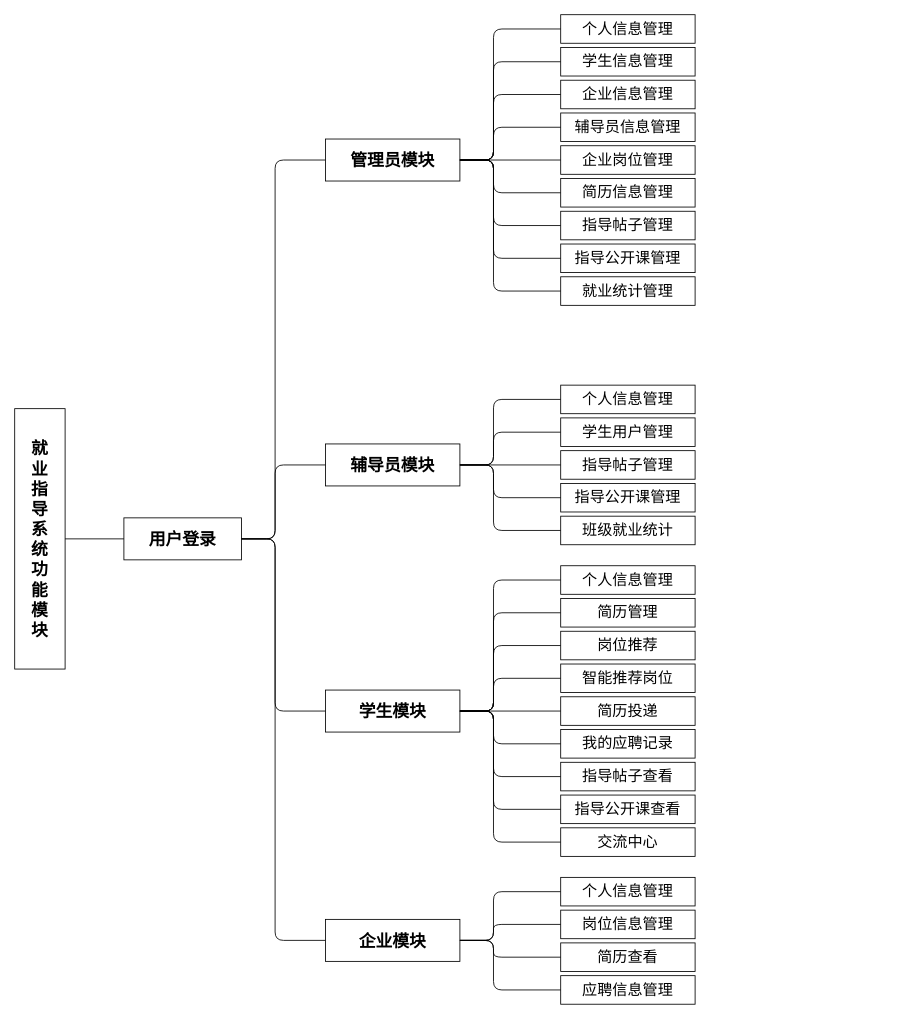
The draw.io diagram 图表/功能模块图v 的副本.drawio in Avocadohxx/career, before the edit. Source tidied: cells renumbered, new cells numbered last; positions are measured from the earlier drawing's top-left corner, leaving out a move shared by most shapes. Both pictures are drawn from the tidied source at 84%, with x=0, y=0 at pixel (14, 14).
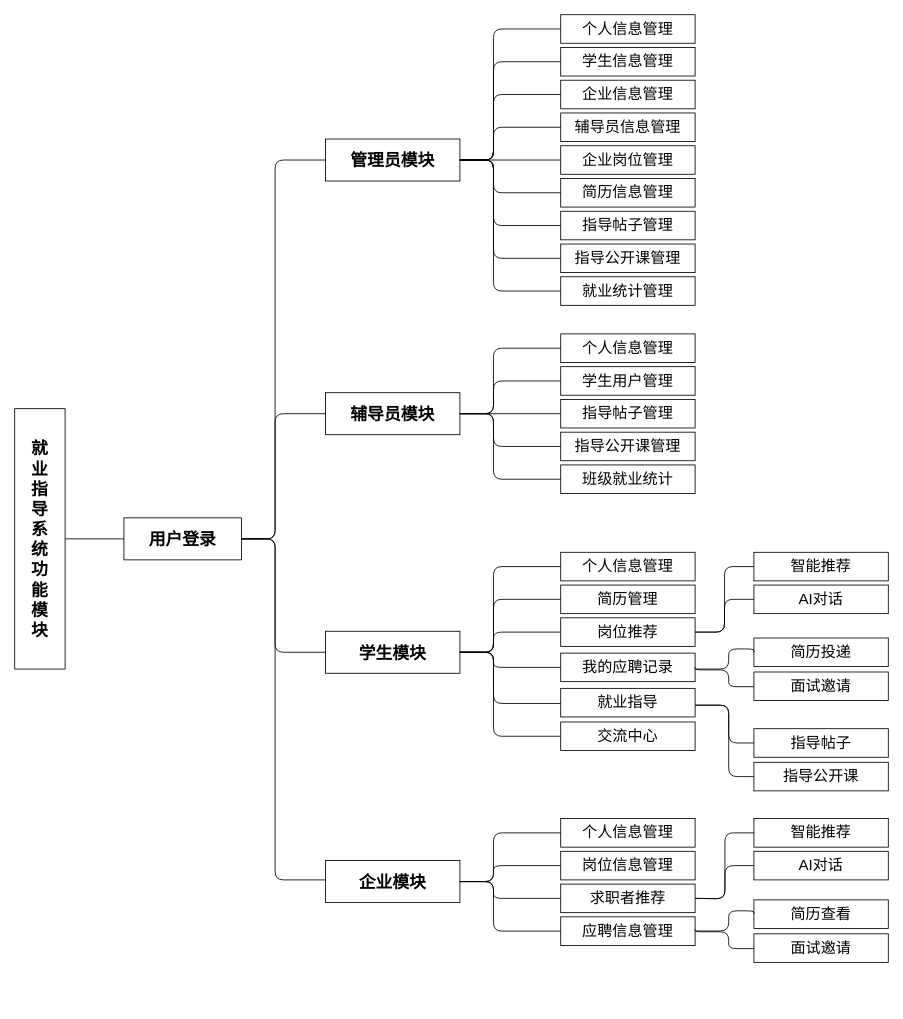
The same page after the edit.

Commit message (it also covers changes not shown here):
文稿与图表2

Unchanged cells that the change refers to:
```xml
<mxCell id="3" value="用户登录" style="rounded=0;whiteSpace=wrap;html=1;fillColor=#ffffff;strokeColor=#000000;fontStyle=1;fontSize=20;verticalAlign=middle;" parent="1" vertex="1">
  <mxGeometry x="130" y="599" width="140" height="50" as="geometry" />
</mxCell>
```

What changed in the source:
```diff
@@
     <mxCell id="6" value="辅导员模块" style="rounded=0;whiteSpace=wrap;html=1;fillColor=#ffffff;strokeColor=#000000;fontStyle=1;fontSize=20;verticalAlign=middle;" parent="1" vertex="1">
-      <mxGeometry x="370" y="511" width="160" height="50" as="geometry" />
+      <mxGeometry x="370" y="450" width="160" height="50" as="geometry" />
     </mxCell>
     <mxCell id="7" value="学生模块" style="rounded=0;whiteSpace=wrap;html=1;fillColor=#ffffff;strokeColor=#000000;fontStyle=1;fontSize=20;verticalAlign=middle;" parent="1" vertex="1">
-      <mxGeometry x="370" y="804" width="160" height="50" as="geometry" />
+      <mxGeometry x="370" y="734" width="160" height="50" as="geometry" />
     </mxCell>
     <mxCell id="8" value="企业模块" style="rounded=0;whiteSpace=wrap;html=1;fillColor=#ffffff;strokeColor=#000000;fontStyle=1;fontSize=20;verticalAlign=middle;" parent="1" vertex="1">
-      <mxGeometry x="370" y="1077" width="160" height="50" as="geometry" />
+      <mxGeometry x="370" y="1007" width="160" height="50" as="geometry" />
     </mxCell>
@@
     <mxCell id="10" style="edgeStyle=orthogonalEdgeStyle;endArrow=none;endFill=0;fontSize=20;" parent="1" edge="1" source="3" target="6">
       <mxGeometry relative="1" as="geometry">
         <Array as="points">
           <mxPoint x="310" y="624" />
-          <mxPoint x="310" y="536" />
+          <mxPoint x="310" y="475" />
         </Array>
       </mxGeometry>
     </mxCell>
     <mxCell id="11" style="edgeStyle=orthogonalEdgeStyle;endArrow=none;endFill=0;fontSize=20;" parent="1" edge="1" source="3" target="7">
       <mxGeometry relative="1" as="geometry">
         <Array as="points">
           <mxPoint x="310" y="624" />
-          <mxPoint x="310" y="829" />
+          <mxPoint x="310" y="759" />
         </Array>
       </mxGeometry>
     </mxCell>
     <mxCell id="12" style="edgeStyle=orthogonalEdgeStyle;endArrow=none;endFill=0;fontSize=20;" parent="1" edge="1" source="3" target="8">
       <mxGeometry relative="1" as="geometry">
         <Array as="points">
           <mxPoint x="310" y="624" />
-          <mxPoint x="310" y="1102" />
+          <mxPoint x="310" y="1030" />
         </Array>
       </mxGeometry>
     </mxCell>
@@
     <mxCell id="31" value="个人信息管理" style="rounded=0;whiteSpace=wrap;html=1;fillColor=#ffffff;strokeColor=#000000;fontSize=18;verticalAlign=middle;" parent="1" vertex="1">
-      <mxGeometry x="650" y="441" width="160" height="34" as="geometry" />
+      <mxGeometry x="650" y="380" width="160" height="34" as="geometry" />
     </mxCell>
     <mxCell id="32" value="学生用户管理" style="rounded=0;whiteSpace=wrap;html=1;fillColor=#ffffff;strokeColor=#000000;fontSize=18;verticalAlign=middle;" parent="1" vertex="1">
-      <mxGeometry x="650" y="480" width="160" height="34" as="geometry" />
+      <mxGeometry x="650" y="419" width="160" height="34" as="geometry" />
     </mxCell>
     <mxCell id="33" value="指导帖子管理" style="rounded=0;whiteSpace=wrap;html=1;fillColor=#ffffff;strokeColor=#000000;fontSize=18;verticalAlign=middle;" parent="1" vertex="1">
-      <mxGeometry x="650" y="519" width="160" height="34" as="geometry" />
+      <mxGeometry x="650" y="458" width="160" height="34" as="geometry" />
     </mxCell>
     <mxCell id="34" value="指导公开课管理" style="rounded=0;whiteSpace=wrap;html=1;fillColor=#ffffff;strokeColor=#000000;fontSize=18;verticalAlign=middle;" parent="1" vertex="1">
-      <mxGeometry x="650" y="558" width="160" height="34" as="geometry" />
+      <mxGeometry x="650" y="497" width="160" height="34" as="geometry" />
     </mxCell>
     <mxCell id="35" value="班级就业统计" style="rounded=0;whiteSpace=wrap;html=1;fillColor=#ffffff;strokeColor=#000000;fontSize=18;verticalAlign=middle;" parent="1" vertex="1">
-      <mxGeometry x="650" y="597" width="160" height="34" as="geometry" />
+      <mxGeometry x="650" y="536" width="160" height="34" as="geometry" />
     </mxCell>
     <mxCell id="36" style="edgeStyle=orthogonalEdgeStyle;endArrow=none;endFill=0;fontSize=20;" parent="1" edge="1" source="6" target="31">
       <mxGeometry relative="1" as="geometry">
         <Array as="points">
-          <mxPoint x="570" y="536" />
-          <mxPoint x="570" y="458" />
+          <mxPoint x="570" y="475" />
+          <mxPoint x="570" y="397" />
         </Array>
       </mxGeometry>
     </mxCell>
     <mxCell id="37" style="edgeStyle=orthogonalEdgeStyle;endArrow=none;endFill=0;fontSize=20;" parent="1" edge="1" source="6" target="32">
       <mxGeometry relative="1" as="geometry">
         <Array as="points">
-          <mxPoint x="570" y="536" />
-          <mxPoint x="570" y="497" />
+          <mxPoint x="570" y="475" />
+          <mxPoint x="570" y="436" />
         </Array>
       </mxGeometry>
     </mxCell>
@@
     <mxCell id="39" style="edgeStyle=orthogonalEdgeStyle;endArrow=none;endFill=0;fontSize=20;" parent="1" edge="1" source="6" target="34">
       <mxGeometry relative="1" as="geometry">
         <Array as="points">
-          <mxPoint x="570" y="536" />
-          <mxPoint x="570" y="575" />
+          <mxPoint x="570" y="475" />
+          <mxPoint x="570" y="514" />
         </Array>
       </mxGeometry>
     </mxCell>
     <mxCell id="40" style="edgeStyle=orthogonalEdgeStyle;endArrow=none;endFill=0;fontSize=20;" parent="1" edge="1" source="6" target="35">
       <mxGeometry relative="1" as="geometry">
         <Array as="points">
-          <mxPoint x="570" y="536" />
-          <mxPoint x="570" y="614" />
+          <mxPoint x="570" y="475" />
+          <mxPoint x="570" y="553" />
         </Array>
       </mxGeometry>
     </mxCell>
     <mxCell id="41" value="个人信息管理" style="rounded=0;whiteSpace=wrap;html=1;fillColor=#ffffff;strokeColor=#000000;fontSize=18;verticalAlign=middle;" parent="1" vertex="1">
-      <mxGeometry x="650" y="656" width="160" height="34" as="geometry" />
+      <mxGeometry x="650" y="640" width="160" height="34" as="geometry" />
     </mxCell>
     <mxCell id="42" value="简历管理" style="rounded=0;whiteSpace=wrap;html=1;fillColor=#ffffff;strokeColor=#000000;fontSize=18;verticalAlign=middle;" parent="1" vertex="1">
-      <mxGeometry x="650" y="695" width="160" height="34" as="geometry" />
+      <mxGeometry x="650" y="679" width="160" height="34" as="geometry" />
     </mxCell>
     <mxCell id="43" value="岗位推荐" style="rounded=0;whiteSpace=wrap;html=1;fillColor=#ffffff;strokeColor=#000000;fontSize=18;verticalAlign=middle;" parent="1" vertex="1">
-      <mxGeometry x="650" y="734" width="160" height="34" as="geometry" />
+      <mxGeometry x="650" y="718" width="160" height="34" as="geometry" />
     </mxCell>
-    <mxCell id="44" value="智能推荐岗位" style="rounded=0;whiteSpace=wrap;html=1;fillColor=#ffffff;strokeColor=#000000;fontSize=18;verticalAlign=middle;" parent="1" vertex="1">
-      <mxGeometry x="650" y="773" width="160" height="34" as="geometry" />
-    </mxCell>
-    <mxCell id="45" value="简历投递" style="rounded=0;whiteSpace=wrap;html=1;fillColor=#ffffff;strokeColor=#000000;fontSize=18;verticalAlign=middle;" parent="1" vertex="1">
-      <mxGeometry x="650" y="812" width="160" height="34" as="geometry" />
-    </mxCell>
     <mxCell id="46" value="我的应聘记录" style="rounded=0;whiteSpace=wrap;html=1;fillColor=#ffffff;strokeColor=#000000;fontSize=18;verticalAlign=middle;" parent="1" vertex="1">
-      <mxGeometry x="650" y="851" width="160" height="34" as="geometry" />
+      <mxGeometry x="650" y="760" width="160" height="34" as="geometry" />
     </mxCell>
-    <mxCell id="47" value="指导帖子查看" style="rounded=0;whiteSpace=wrap;html=1;fillColor=#ffffff;strokeColor=#000000;fontSize=18;verticalAlign=middle;" parent="1" vertex="1">
-      <mxGeometry x="650" y="890" width="160" height="34" as="geometry" />
+    <mxCell id="47" value="就业指导" style="rounded=0;whiteSpace=wrap;html=1;fillColor=#ffffff;strokeColor=#000000;fontSize=18;verticalAlign=middle;" parent="1" vertex="1">
+      <mxGeometry x="650" y="802" width="160" height="34" as="geometry" />
     </mxCell>
-    <mxCell id="48" value="指导公开课查看" style="rounded=0;whiteSpace=wrap;html=1;fillColor=#ffffff;strokeColor=#000000;fontSize=18;verticalAlign=middle;" parent="1" vertex="1">
-      <mxGeometry x="650" y="929" width="160" height="34" as="geometry" />
-    </mxCell>
     <mxCell id="49" value="交流中心" style="rounded=0;whiteSpace=wrap;html=1;fillColor=#ffffff;strokeColor=#000000;fontSize=18;verticalAlign=middle;" parent="1" vertex="1">
-      <mxGeometry x="650" y="968" width="160" height="34" as="geometry" />
+      <mxGeometry x="650" y="842" width="160" height="34" as="geometry" />
     </mxCell>
     <mxCell id="50" style="edgeStyle=orthogonalEdgeStyle;endArrow=none;endFill=0;fontSize=20;" parent="1" edge="1" source="7" target="41">
       <mxGeometry relative="1" as="geometry">
         <Array as="points">
-          <mxPoint x="570" y="829" />
-          <mxPoint x="570" y="673" />
+          <mxPoint x="570" y="759" />
+          <mxPoint x="570" y="657" />
         </Array>
       </mxGeometry>
     </mxCell>
     <mxCell id="51" style="edgeStyle=orthogonalEdgeStyle;endArrow=none;endFill=0;fontSize=20;" parent="1" edge="1" source="7" target="42">
       <mxGeometry relative="1" as="geometry">
         <Array as="points">
-          <mxPoint x="570" y="829" />
-          <mxPoint x="570" y="712" />
+          <mxPoint x="570" y="759" />
+          <mxPoint x="570" y="696" />
         </Array>
       </mxGeometry>
     </mxCell>
     <mxCell id="52" style="edgeStyle=orthogonalEdgeStyle;endArrow=none;endFill=0;fontSize=20;" parent="1" edge="1" source="7" target="43">
       <mxGeometry relative="1" as="geometry">
         <Array as="points">
-          <mxPoint x="570" y="829" />
-          <mxPoint x="570" y="751" />
+          <mxPoint x="570" y="759" />
+          <mxPoint x="570" y="735" />
         </Array>
       </mxGeometry>
     </mxCell>
-    <mxCell id="53" style="edgeStyle=orthogonalEdgeStyle;endArrow=none;endFill=0;fontSize=20;" parent="1" edge="1" source="7" target="44">
-      <mxGeometry relative="1" as="geometry">
-        <Array as="points">
-          <mxPoint x="570" y="829" />
-          <mxPoint x="570" y="790" />
-        </Array>
-      </mxGeometry>
-    </mxCell>
-    <mxCell id="54" style="edgeStyle=orthogonalEdgeStyle;endArrow=none;endFill=0;fontSize=20;" parent="1" edge="1" source="7" target="45">
-      <mxGeometry relative="1" as="geometry" />
-    </mxCell>
     <mxCell id="55" style="edgeStyle=orthogonalEdgeStyle;endArrow=none;endFill=0;fontSize=20;" parent="1" edge="1" source="7" target="46">
       <mxGeometry relative="1" as="geometry">
         <Array as="points">
-          <mxPoint x="570" y="829" />
-          <mxPoint x="570" y="868" />
+          <mxPoint x="570" y="759" />
+          <mxPoint x="570" y="777" />
         </Array>
       </mxGeometry>
     </mxCell>
     <mxCell id="56" style="edgeStyle=orthogonalEdgeStyle;endArrow=none;endFill=0;fontSize=20;" parent="1" edge="1" source="7" target="47">
       <mxGeometry relative="1" as="geometry">
         <Array as="points">
-          <mxPoint x="570" y="829" />
-          <mxPoint x="570" y="907" />
+          <mxPoint x="570" y="759" />
+          <mxPoint x="570" y="820" />
         </Array>
       </mxGeometry>
     </mxCell>
-    <mxCell id="57" style="edgeStyle=orthogonalEdgeStyle;endArrow=none;endFill=0;fontSize=20;" parent="1" edge="1" source="7" target="48">
-      <mxGeometry relative="1" as="geometry">
-        <Array as="points">
-          <mxPoint x="570" y="829" />
-          <mxPoint x="570" y="946" />
-        </Array>
-      </mxGeometry>
-    </mxCell>
     <mxCell id="58" style="edgeStyle=orthogonalEdgeStyle;endArrow=none;endFill=0;fontSize=20;" parent="1" edge="1" source="7" target="49">
       <mxGeometry relative="1" as="geometry">
         <Array as="points">
-          <mxPoint x="570" y="829" />
-          <mxPoint x="570" y="985" />
+          <mxPoint x="570" y="759" />
+          <mxPoint x="570" y="859" />
         </Array>
       </mxGeometry>
     </mxCell>
     <mxCell id="59" value="个人信息管理" style="rounded=0;whiteSpace=wrap;html=1;fillColor=#ffffff;strokeColor=#000000;fontSize=18;verticalAlign=middle;" parent="1" vertex="1">
-      <mxGeometry x="650" y="1027" width="160" height="34" as="geometry" />
+      <mxGeometry x="650" y="957" width="160" height="34" as="geometry" />
     </mxCell>
     <mxCell id="60" value="岗位信息管理" style="rounded=0;whiteSpace=wrap;html=1;fillColor=#ffffff;strokeColor=#000000;fontSize=18;verticalAlign=middle;" parent="1" vertex="1">
-      <mxGeometry x="650" y="1066" width="160" height="34" as="geometry" />
+      <mxGeometry x="650" y="996" width="160" height="34" as="geometry" />
     </mxCell>
-    <mxCell id="61" value="简历查看" style="rounded=0;whiteSpace=wrap;html=1;fillColor=#ffffff;strokeColor=#000000;fontSize=18;verticalAlign=middle;" parent="1" vertex="1">
-      <mxGeometry x="650" y="1105" width="160" height="34" as="geometry" />
+    <mxCell id="61" value="求职者推荐" style="rounded=0;whiteSpace=wrap;html=1;fillColor=#ffffff;strokeColor=#000000;fontSize=18;verticalAlign=middle;" parent="1" vertex="1">
+      <mxGeometry x="650" y="1035" width="160" height="34" as="geometry" />
     </mxCell>
     <mxCell id="62" value="应聘信息管理" style="rounded=0;whiteSpace=wrap;html=1;fillColor=#ffffff;strokeColor=#000000;fontSize=18;verticalAlign=middle;" parent="1" vertex="1">
-      <mxGeometry x="650" y="1144" width="160" height="34" as="geometry" />
+      <mxGeometry x="650" y="1074" width="160" height="34" as="geometry" />
     </mxCell>
     <mxCell id="63" style="edgeStyle=orthogonalEdgeStyle;endArrow=none;endFill=0;fontSize=20;" parent="1" edge="1" source="8" target="59">
       <mxGeometry relative="1" as="geometry">
         <Array as="points">
-          <mxPoint x="570" y="1102" />
-          <mxPoint x="570" y="1044" />
+          <mxPoint x="570" y="1032" />
+          <mxPoint x="570" y="974" />
         </Array>
       </mxGeometry>
     </mxCell>
     <mxCell id="64" style="edgeStyle=orthogonalEdgeStyle;endArrow=none;endFill=0;fontSize=20;" parent="1" edge="1" source="8" target="60">
       <mxGeometry relative="1" as="geometry">
         <Array as="points">
-          <mxPoint x="570" y="1102" />
-          <mxPoint x="570" y="1083" />
+          <mxPoint x="570" y="1032" />
+          <mxPoint x="570" y="1013" />
         </Array>
       </mxGeometry>
     </mxCell>
     <mxCell id="65" style="edgeStyle=orthogonalEdgeStyle;endArrow=none;endFill=0;fontSize=20;" parent="1" edge="1" source="8" target="61">
       <mxGeometry relative="1" as="geometry">
         <Array as="points">
-          <mxPoint x="570" y="1102" />
-          <mxPoint x="570" y="1122" />
+          <mxPoint x="570" y="1032" />
+          <mxPoint x="570" y="1052" />
         </Array>
       </mxGeometry>
     </mxCell>
     <mxCell id="66" style="edgeStyle=orthogonalEdgeStyle;endArrow=none;endFill=0;fontSize=20;" parent="1" edge="1" source="8" target="62">
       <mxGeometry relative="1" as="geometry">
         <Array as="points">
-          <mxPoint x="570" y="1102" />
-          <mxPoint x="570" y="1161" />
+          <mxPoint x="570" y="1032" />
+          <mxPoint x="570" y="1091" />
         </Array>
       </mxGeometry>
     </mxCell>
+    <mxCell id="67" value="智能推荐" style="rounded=0;whiteSpace=wrap;html=1;fillColor=#ffffff;strokeColor=#000000;fontSize=18;verticalAlign=middle;" parent="1" vertex="1">
+      <mxGeometry x="880" y="640" width="160" height="34" as="geometry" />
+    </mxCell>
+    <mxCell id="68" style="endArrow=none;endFill=0;fontSize=20;exitX=1;exitY=0.5;exitDx=0;exitDy=0;entryX=0;entryY=0.5;entryDx=0;entryDy=0;edgeStyle=orthogonalEdgeStyle;" parent="1" edge="1" source="43" target="67">
+      <mxGeometry relative="1" as="geometry" />
+    </mxCell>
+    <mxCell id="69" value="指导帖子" style="rounded=0;whiteSpace=wrap;html=1;fillColor=#ffffff;strokeColor=#000000;fontSize=18;verticalAlign=middle;" parent="1" vertex="1">
+      <mxGeometry x="880" y="850" width="160" height="34" as="geometry" />
+    </mxCell>
+    <mxCell id="70" value="指导公开课" style="rounded=0;whiteSpace=wrap;html=1;fillColor=#ffffff;strokeColor=#000000;fontSize=18;verticalAlign=middle;" parent="1" vertex="1">
+      <mxGeometry x="880" y="890" width="160" height="34" as="geometry" />
+    </mxCell>
+    <mxCell id="71" style="edgeStyle=orthogonalEdgeStyle;endArrow=none;endFill=0;fontSize=20;" parent="1" edge="1" target="69">
+      <mxGeometry relative="1" as="geometry">
+        <mxPoint x="810" y="822" as="sourcePoint" />
+        <Array as="points">
+          <mxPoint x="850" y="822" />
+          <mxPoint x="850" y="867" />
+        </Array>
+      </mxGeometry>
+    </mxCell>
+    <mxCell id="72" style="edgeStyle=orthogonalEdgeStyle;endArrow=none;endFill=0;fontSize=20;" parent="1" edge="1" source="47" target="70">
+      <mxGeometry relative="1" as="geometry">
+        <Array as="points">
+          <mxPoint x="850" y="822" />
+          <mxPoint x="850" y="907" />
+        </Array>
+      </mxGeometry>
+    </mxCell>
+    <mxCell id="73" value="AI对话" style="rounded=0;whiteSpace=wrap;html=1;fillColor=#ffffff;strokeColor=#000000;fontSize=18;verticalAlign=middle;" parent="1" vertex="1">
+      <mxGeometry x="880" y="679" width="160" height="34" as="geometry" />
+    </mxCell>
+    <mxCell id="74" style="endArrow=none;endFill=0;fontSize=20;exitX=1;exitY=0.5;exitDx=0;exitDy=0;entryX=0;entryY=0.5;entryDx=0;entryDy=0;edgeStyle=orthogonalEdgeStyle;" parent="1" edge="1" source="43" target="73">
+      <mxGeometry relative="1" as="geometry" />
+    </mxCell>
+    <mxCell id="45" value="简历投递" style="rounded=0;whiteSpace=wrap;html=1;fillColor=#ffffff;strokeColor=#000000;fontSize=18;verticalAlign=middle;" parent="1" vertex="1">
+      <mxGeometry x="880" y="742" width="160" height="34" as="geometry" />
+    </mxCell>
+    <mxCell id="75" value="面试邀请" style="rounded=0;whiteSpace=wrap;html=1;fillColor=#ffffff;strokeColor=#000000;fontSize=18;verticalAlign=middle;" parent="1" vertex="1">
+      <mxGeometry x="880" y="782.5" width="160" height="34" as="geometry" />
+    </mxCell>
+    <mxCell id="76" style="endArrow=none;endFill=0;fontSize=20;exitX=1;exitY=0.5;exitDx=0;exitDy=0;entryX=0;entryY=0.5;entryDx=0;entryDy=0;edgeStyle=orthogonalEdgeStyle;" parent="1" edge="1" target="45">
+      <mxGeometry relative="1" as="geometry">
+        <mxPoint x="810" y="779" as="sourcePoint" />
+        <Array as="points">
+          <mxPoint x="850" y="779" />
+          <mxPoint x="850" y="755" />
+          <mxPoint x="880" y="755" />
+        </Array>
+      </mxGeometry>
+    </mxCell>
+    <mxCell id="77" style="endArrow=none;endFill=0;fontSize=20;exitX=1;exitY=0.5;exitDx=0;exitDy=0;edgeStyle=orthogonalEdgeStyle;" parent="1" edge="1" source="46" target="75">
+      <mxGeometry relative="1" as="geometry">
+        <Array as="points">
+          <mxPoint x="810" y="780" />
+          <mxPoint x="850" y="780" />
+          <mxPoint x="850" y="800" />
+        </Array>
+      </mxGeometry>
+    </mxCell>
+    <mxCell id="78" value="简历查看" style="rounded=0;whiteSpace=wrap;html=1;fillColor=#ffffff;strokeColor=#000000;fontSize=18;verticalAlign=middle;" parent="1" vertex="1">
+      <mxGeometry x="880" y="1053.8" width="160" height="34" as="geometry" />
+    </mxCell>
+    <mxCell id="79" value="面试邀请" style="rounded=0;whiteSpace=wrap;html=1;fillColor=#ffffff;strokeColor=#000000;fontSize=18;verticalAlign=middle;" parent="1" vertex="1">
+      <mxGeometry x="880" y="1094.2" width="160" height="34" as="geometry" />
+    </mxCell>
+    <mxCell id="80" style="endArrow=none;endFill=0;fontSize=20;exitX=1;exitY=0.5;exitDx=0;exitDy=0;entryX=0;entryY=0.5;entryDx=0;entryDy=0;edgeStyle=orthogonalEdgeStyle;" parent="1" edge="1" target="78">
+      <mxGeometry relative="1" as="geometry">
+        <mxPoint x="810" y="1090.8" as="sourcePoint" />
+        <Array as="points">
+          <mxPoint x="850" y="1090.8" />
+          <mxPoint x="850" y="1066.8" />
+          <mxPoint x="880" y="1066.8" />
+        </Array>
+      </mxGeometry>
+    </mxCell>
+    <mxCell id="81" style="endArrow=none;endFill=0;fontSize=20;exitX=1;exitY=0.5;exitDx=0;exitDy=0;edgeStyle=orthogonalEdgeStyle;" parent="1" edge="1" target="79">
+      <mxGeometry relative="1" as="geometry">
+        <mxPoint x="810" y="1088.8" as="sourcePoint" />
+        <Array as="points">
+          <mxPoint x="810" y="1091.8" />
+          <mxPoint x="850" y="1091.8" />
+          <mxPoint x="850" y="1111.8" />
+        </Array>
+      </mxGeometry>
+    </mxCell>
+    <mxCell id="82" value="智能推荐" style="rounded=0;whiteSpace=wrap;html=1;fillColor=#ffffff;strokeColor=#000000;fontSize=18;verticalAlign=middle;" parent="1" vertex="1">
+      <mxGeometry x="880" y="957" width="160" height="34" as="geometry" />
+    </mxCell>
+    <mxCell id="83" style="endArrow=none;endFill=0;fontSize=20;exitX=1;exitY=0.5;exitDx=0;exitDy=0;entryX=0;entryY=0.5;entryDx=0;entryDy=0;edgeStyle=orthogonalEdgeStyle;" parent="1" edge="1" target="82">
+      <mxGeometry relative="1" as="geometry">
+        <mxPoint x="810" y="1052" as="sourcePoint" />
+      </mxGeometry>
+    </mxCell>
+    <mxCell id="84" value="AI对话" style="rounded=0;whiteSpace=wrap;html=1;fillColor=#ffffff;strokeColor=#000000;fontSize=18;verticalAlign=middle;" parent="1" vertex="1">
+      <mxGeometry x="880" y="996" width="160" height="34" as="geometry" />
+    </mxCell>
+    <mxCell id="85" style="endArrow=none;endFill=0;fontSize=20;exitX=1;exitY=0.5;exitDx=0;exitDy=0;entryX=0;entryY=0.5;entryDx=0;entryDy=0;edgeStyle=orthogonalEdgeStyle;" parent="1" edge="1" target="84">
+      <mxGeometry relative="1" as="geometry">
+        <mxPoint x="810" y="1052" as="sourcePoint" />
+      </mxGeometry>
+    </mxCell>
```
